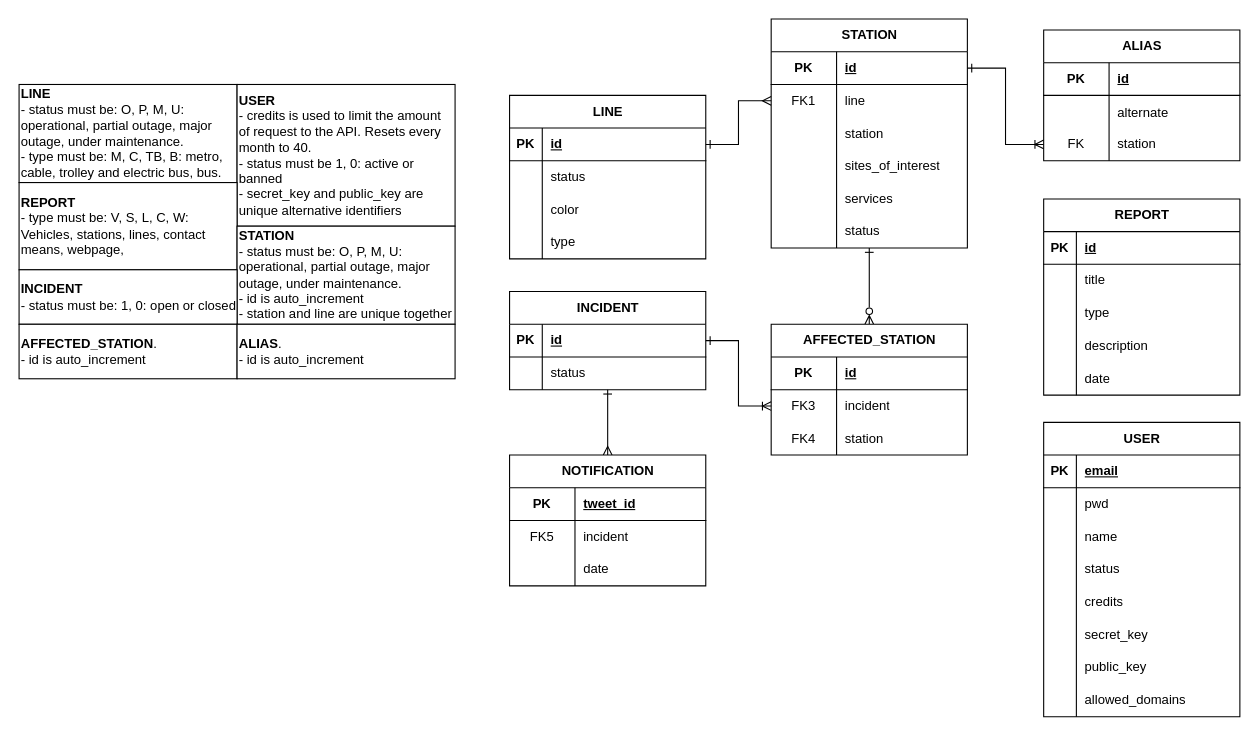
The draw.io diagram documentation/db/db.drawio in danielcgiraldo/metromap, before the edit. Source tidied: cells renumbered, new cells numbered last; positions are measured from the earlier drawing's top-left corner, leaving out a move shared by most shapes. Both pictures are drawn from the tidied source at 109%, with x=0, y=0 at pixel (19, 19).
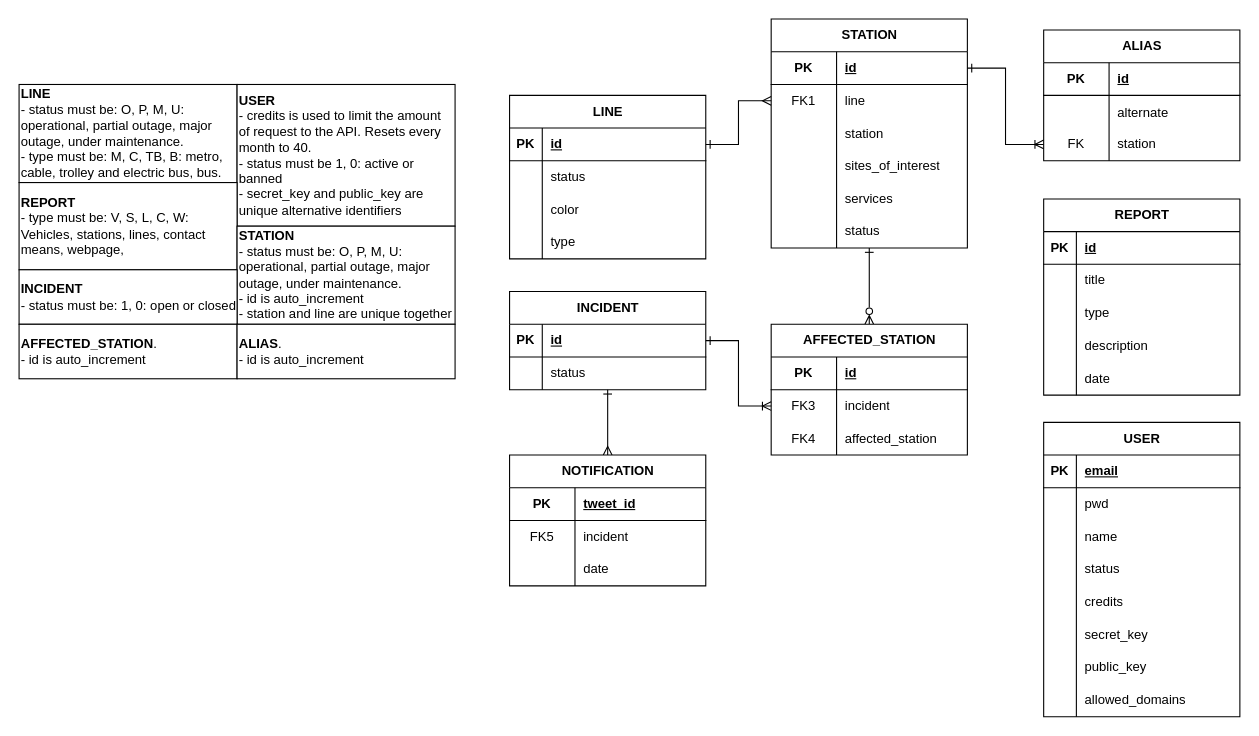
The same page after the edit.

Commit message:
affected_station update

Unchanged cells that the change refers to:
```xml
<mxCell id="116" style="shape=tableRow;horizontal=0;startSize=0;swimlaneHead=0;swimlaneBody=0;fillColor=none;top=0;left=0;right=0;bottom=0;" parent="109" vertex="1">
  <mxGeometry y="90" width="180" height="30" as="geometry" />
</mxCell>
```

Diff of the diagram source:
```diff
@@
-    <mxCell id="118" value="station" style="shape=partialRectangle;fillColor=none;top=0;left=0;bottom=0;right=0;align=left;spacingLeft=6;fontStyle=0;overflow=hidden;whiteSpace=wrap;html=1;" parent="116" vertex="1">
+    <mxCell id="118" value="affected_station" style="shape=partialRectangle;fillColor=none;top=0;left=0;bottom=0;right=0;align=left;spacingLeft=6;fontStyle=0;overflow=hidden;whiteSpace=wrap;html=1;" parent="116" vertex="1">
       <mxGeometry x="60" width="120" height="30" as="geometry" />
     </mxCell>
```
